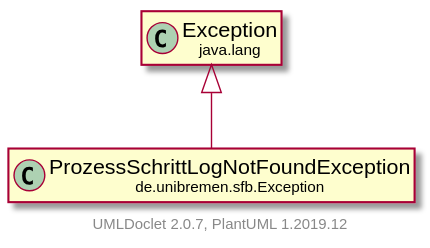
Earlier version of the PlantUML export doc/UML/modulsichtSVG/ProzessSchrittLogNotFoundException.svg (fkehlenb/softwareprojekt-2).
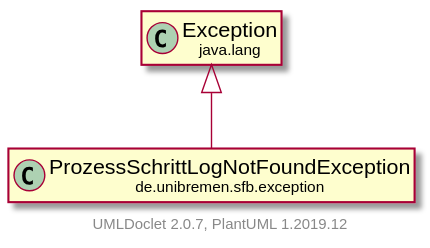
After the commit.

Change to the diagram source:
```diff
@@ -3,11 +3,11 @@
     hide empty fields
     hide empty methods
 
-    class "<size:14>ProzessSchrittLogNotFoundException\n<size:10>de.unibremen.sfb.Exception" as de.unibremen.sfb.Exception.ProzessSchrittLogNotFoundException [[ProzessSchrittLogNotFoundException.html]]
+    class "<size:14>ProzessSchrittLogNotFoundException\n<size:10>de.unibremen.sfb.exception" as de.unibremen.sfb.exception.ProzessSchrittLogNotFoundException [[ProzessSchrittLogNotFoundException.html]]
 
-    class "<size:14>Exception\n<size:10>java.lang" as java.lang.Exception [[https://docs.oracle.com/en/java/javase/11/docs/api/java.base/java/lang/Exception.html?is-external=true]]
+    class "<size:14>exception\n<size:10>java.lang" as java.lang.exception [[https://docs.oracle.com/en/java/javase/11/docs/api/java.base/java/lang/Exception.html?is-external=true]]
 
-    java.lang.Exception <|-- de.unibremen.sfb.Exception.ProzessSchrittLogNotFoundException
+    java.lang.exception <|-- de.unibremen.sfb.exception.ProzessSchrittLogNotFoundException
 
     center footer UMLDoclet 2.0.7, PlantUML 1.2019.12
 @enduml
```
